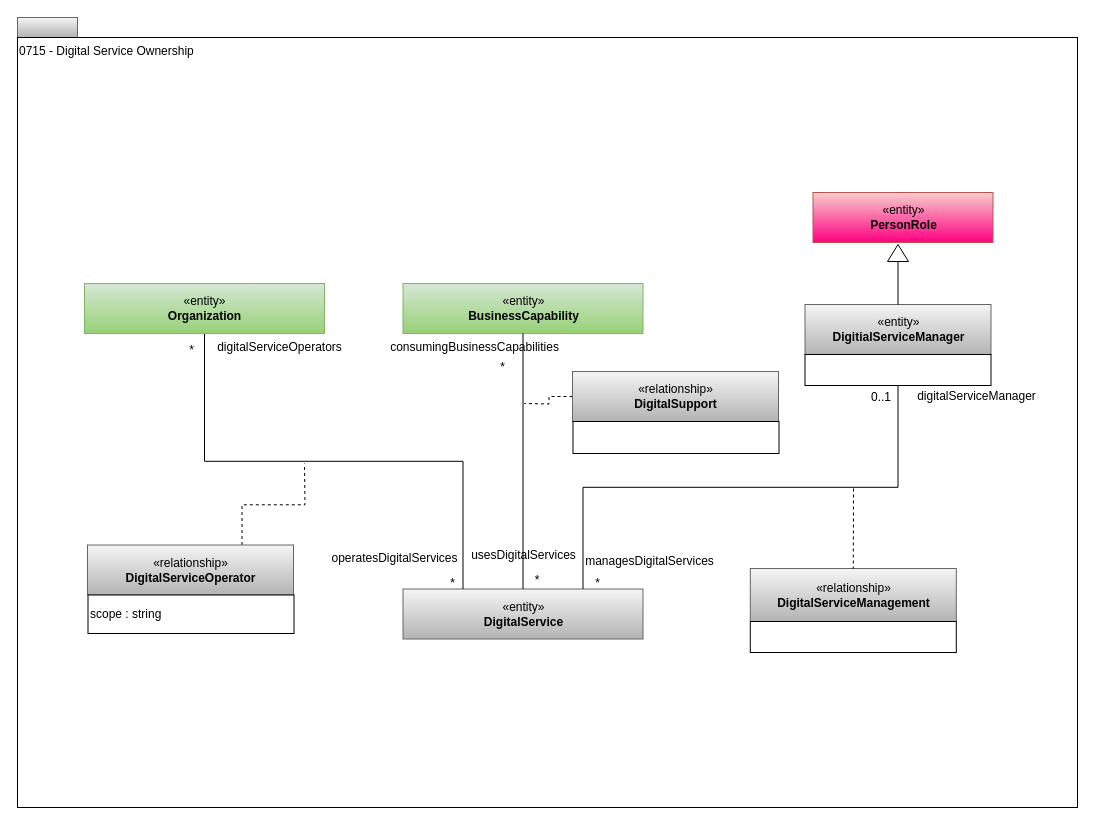
Before: page "0715-Digital-Service-Ownership" (3 of 13) of site/docs/types/7/area-7-lineage.drawio in odpi/egeria-docs, a draw.io diagram. Source tidied: cells renumbered, new cells numbered last; positions are measured from the earlier drawing's top-left corner, leaving out a move shared by most shapes. Both pictures are drawn from the tidied source at 100%, with x=0, y=0 at pixel (17, 17).
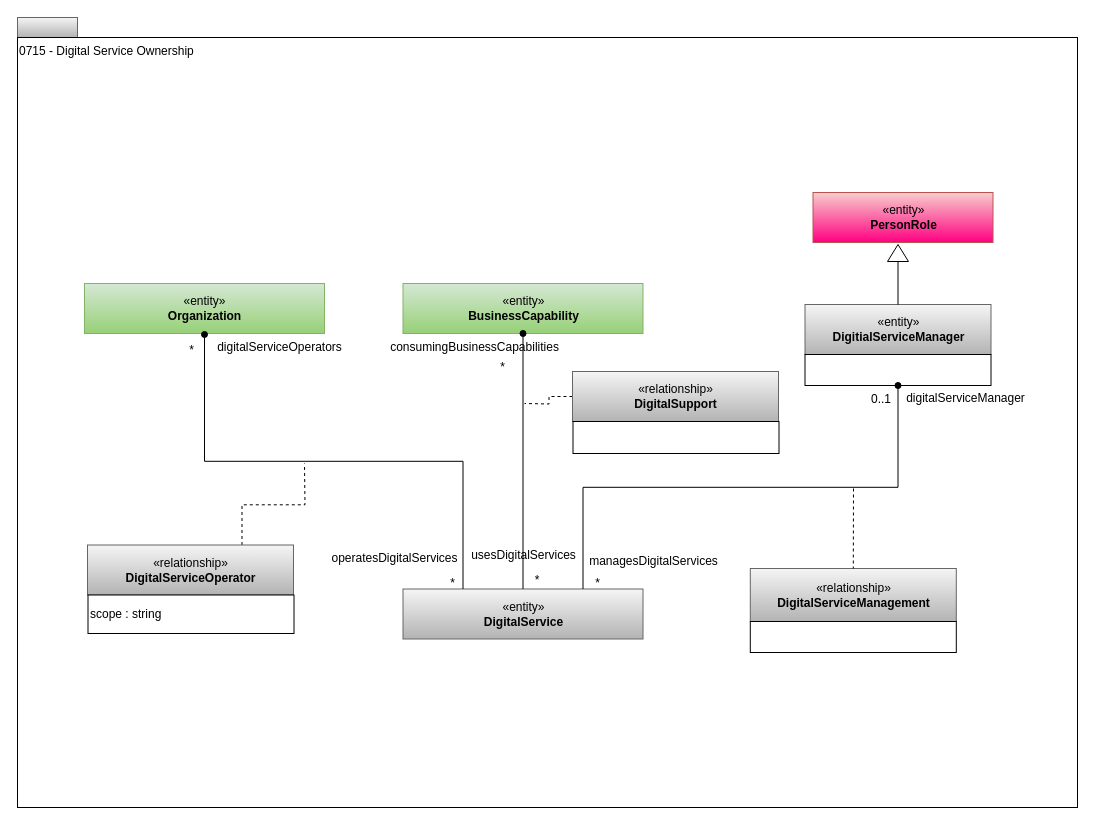
The same diagram, later.

The change refers to these unchanged cells:
```xml
<mxCell id="7" value="«entity»&lt;br&gt;&lt;b&gt;DigitalService&lt;/b&gt;" style="html=1;strokeColor=#666666;align=center;fillColor=#f5f5f5;gradientColor=#b3b3b3;" parent="1" vertex="1">
  <mxGeometry x="385.5" y="571.5" width="240" height="50" as="geometry" />
</mxCell>
<mxCell id="9" value="«entity»&lt;br&gt;&lt;b&gt;BusinessCapability&lt;/b&gt;" style="html=1;strokeColor=#82b366;align=center;fillColor=#d5e8d4;gradientColor=#97d077;" parent="1" vertex="1">
  <mxGeometry x="385.5" y="266" width="240" height="50" as="geometry" />
</mxCell>
<mxCell id="33" style="rounded=0;whiteSpace=wrap;html=1;strokeColor=#000000;gradientColor=#ffffff;align=left;" parent="1" vertex="1">
  <mxGeometry x="787.5" y="337" width="186" height="31" as="geometry" />
</mxCell>
```

What changed in the source:
```diff
@@
-    <mxCell id="8" style="edgeStyle=orthogonalEdgeStyle;rounded=0;html=1;exitX=0.25;exitY=0;entryX=0.5;entryY=1;endArrow=none;endFill=0;jettySize=auto;entryDx=0;entryDy=0;exitDx=0;exitDy=0;" parent="1" edge="1" source="7" target="34">
-      <mxGeometry relative="1" as="geometry" />
-    </mxCell>
@@
-    <mxCell id="10" style="edgeStyle=orthogonalEdgeStyle;rounded=0;html=1;exitX=0.5;exitY=1;endArrow=none;endFill=0;jettySize=auto;exitDx=0;exitDy=0;" parent="1" edge="1" source="9" target="7">
-      <mxGeometry relative="1" as="geometry" />
-    </mxCell>
@@
     <mxCell id="20" value="digitalServiceManager" style="text;html=1;align=center;verticalAlign=top;spacingTop=-4;" parent="1" vertex="1">
-      <mxGeometry x="894" y="369" width="130" height="20" as="geometry" />
+      <mxGeometry x="883" y="371" width="130" height="20" as="geometry" />
     </mxCell>
-    <mxCell id="21" style="edgeStyle=orthogonalEdgeStyle;rounded=0;html=1;exitX=0.75;exitY=0;entryX=0.5;entryY=1;jettySize=auto;endArrow=none;endFill=0;exitDx=0;exitDy=0;entryDx=0;entryDy=0;" parent="1" edge="1" source="7" target="33">
-      <mxGeometry relative="1" as="geometry" />
-    </mxCell>
@@
     <mxCell id="23" value="0..1" style="text;html=1;strokeColor=none;fillColor=none;align=center;verticalAlign=middle;whiteSpace=wrap;rounded=0;" parent="1" vertex="1">
-      <mxGeometry x="851" y="371" width="26" height="18" as="geometry" />
+      <mxGeometry x="851" y="373" width="26" height="18" as="geometry" />
     </mxCell>
@@
     <mxCell id="28" value="managesDigitalServices" style="text;html=1;strokeColor=none;fillColor=none;align=center;verticalAlign=middle;whiteSpace=wrap;rounded=0;" parent="1" vertex="1">
-      <mxGeometry x="575" y="533.5" width="115" height="20" as="geometry" />
+      <mxGeometry x="579" y="533.5" width="115" height="20" as="geometry" />
     </mxCell>
@@
-    <mxCell id="34" value="«entity»&lt;br&gt;&lt;b&gt;Organization&lt;/b&gt;" style="html=1;strokeColor=#82b366;align=center;fillColor=#d5e8d4;gradientColor=#97d077;" parent="1" vertex="1">
+    <mxCell id="34" value="«entity»&lt;br&gt;&lt;b&gt;Organization&lt;/b&gt;" style="html=1;strokeColor=#82b366;align=center;fillColor=#d5e8d4;gradientColor=#97d077;perimeterSpacing=1;" parent="1" vertex="1">
       <mxGeometry x="67" y="266" width="240" height="50" as="geometry" />
     </mxCell>
@@
+    <mxCell id="8" style="edgeStyle=orthogonalEdgeStyle;rounded=0;html=1;exitX=0.25;exitY=0;entryX=0.5;entryY=1;endArrow=oval;endFill=1;jettySize=auto;entryDx=0;entryDy=0;exitDx=0;exitDy=0;" parent="1" edge="1" source="7" target="34">
+      <mxGeometry relative="1" as="geometry" />
+    </mxCell>
+    <mxCell id="10" style="edgeStyle=orthogonalEdgeStyle;rounded=0;html=1;exitX=0.5;exitY=1;endArrow=none;endFill=0;jettySize=auto;exitDx=0;exitDy=0;startArrow=oval;startFill=1;" parent="1" edge="1" source="9" target="7">
+      <mxGeometry relative="1" as="geometry" />
+    </mxCell>
+    <mxCell id="21" style="edgeStyle=orthogonalEdgeStyle;rounded=0;html=1;exitX=0.75;exitY=0;entryX=0.5;entryY=1;jettySize=auto;endArrow=oval;endFill=1;exitDx=0;exitDy=0;entryDx=0;entryDy=0;" parent="1" edge="1" source="7" target="33">
+      <mxGeometry relative="1" as="geometry" />
+    </mxCell>
```
